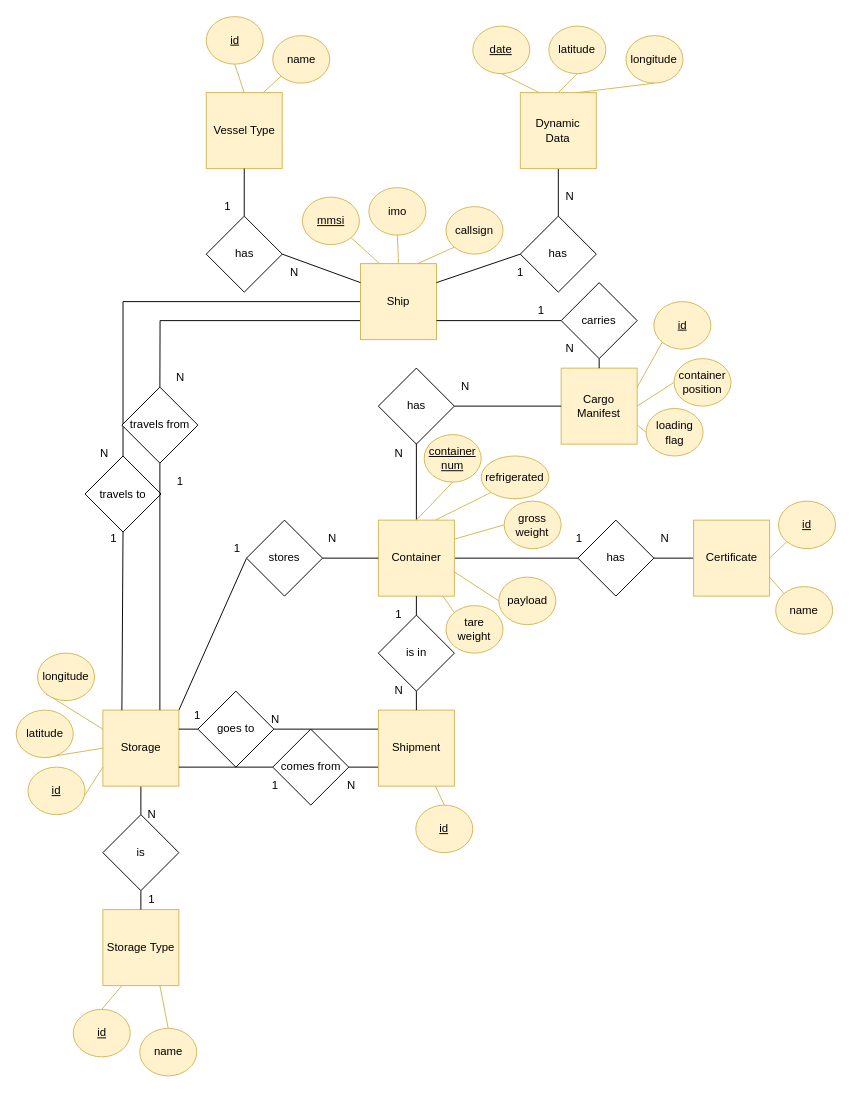
Above: docs/ConceptualDataModel.drawio in MadDinosaur/ISEP-LAPR3 (draw.io), before the change. Source tidied: cells renumbered, new cells numbered last; positions are measured from the earlier drawing's top-left corner, leaving out a move shared by most shapes. Both pictures are drawn from the tidied source at 95%, with x=0, y=0 at pixel (16, 16).
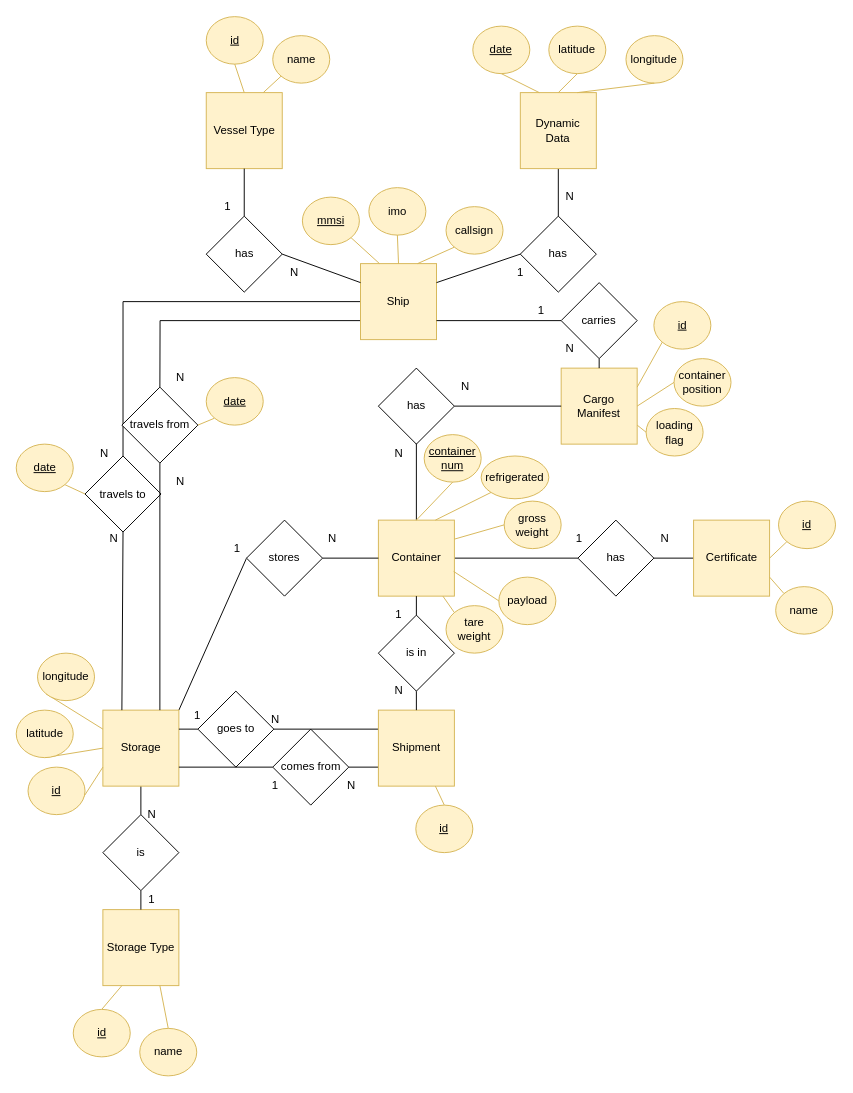
After the change.

Commit message (it also covers changes not shown here):
LAP22G21-48 #comment updated many to many relationship in conceptual model.

The change refers to these unchanged cells:
```xml
<mxCell id="79" value="travels to" style="rhombus;whiteSpace=wrap;html=1;" parent="1" vertex="1">
  <mxGeometry x="72" y="462.5" width="80" height="80" as="geometry" />
</mxCell>
<mxCell id="81" value="travels from" style="rhombus;whiteSpace=wrap;html=1;" parent="1" vertex="1">
  <mxGeometry x="110.8" y="390" width="80" height="80" as="geometry" />
</mxCell>
```

Diff of the diagram source:
```diff
@@
-    <mxCell id="103" value="1" style="text;html=1;align=center;verticalAlign=middle;strokeColor=none;fillColor=none;" parent="1" vertex="1">
+    <mxCell id="103" value="N" style="text;html=1;align=center;verticalAlign=middle;strokeColor=none;fillColor=none;" parent="1" vertex="1">
       <mxGeometry x="162" y="480" width="20" height="20" as="geometry" />
     </mxCell>
-    <mxCell id="104" value="1" style="text;html=1;align=center;verticalAlign=middle;strokeColor=none;fillColor=none;" parent="1" vertex="1">
+    <mxCell id="104" value="N" style="text;html=1;align=center;verticalAlign=middle;strokeColor=none;fillColor=none;" parent="1" vertex="1">
       <mxGeometry x="92" y="540" width="20" height="20" as="geometry" />
     </mxCell>
@@
+    <mxCell id="119" style="edgeStyle=none;rounded=0;jettySize=auto;html=1;exitX=0;exitY=1;exitDx=0;exitDy=0;entryX=1;entryY=0.5;entryDx=0;entryDy=0;endArrow=none;endFill=0;fillColor=#fff2cc;strokeColor=#d6b656;" parent="1" edge="1" source="120" target="81">
+      <mxGeometry relative="1" as="geometry" />
+    </mxCell>
+    <mxCell id="120" value="&lt;u&gt;date&lt;/u&gt;" style="ellipse;whiteSpace=wrap;html=1;fillColor=#fff2cc;strokeColor=#d6b656;" parent="1" vertex="1">
+      <mxGeometry x="199.6" y="380" width="60" height="50" as="geometry" />
+    </mxCell>
+    <mxCell id="121" style="edgeStyle=none;rounded=0;jettySize=auto;html=1;exitX=1;exitY=1;exitDx=0;exitDy=0;entryX=0;entryY=0.5;entryDx=0;entryDy=0;endArrow=none;endFill=0;fillColor=#fff2cc;strokeColor=#d6b656;" parent="1" edge="1" source="122" target="79">
+      <mxGeometry relative="1" as="geometry" />
+    </mxCell>
+    <mxCell id="122" value="&lt;u&gt;date&lt;/u&gt;" style="ellipse;whiteSpace=wrap;html=1;fillColor=#fff2cc;strokeColor=#d6b656;" parent="1" vertex="1">
+      <mxGeometry x="-0.4" y="450" width="60" height="50" as="geometry" />
+    </mxCell>
```
